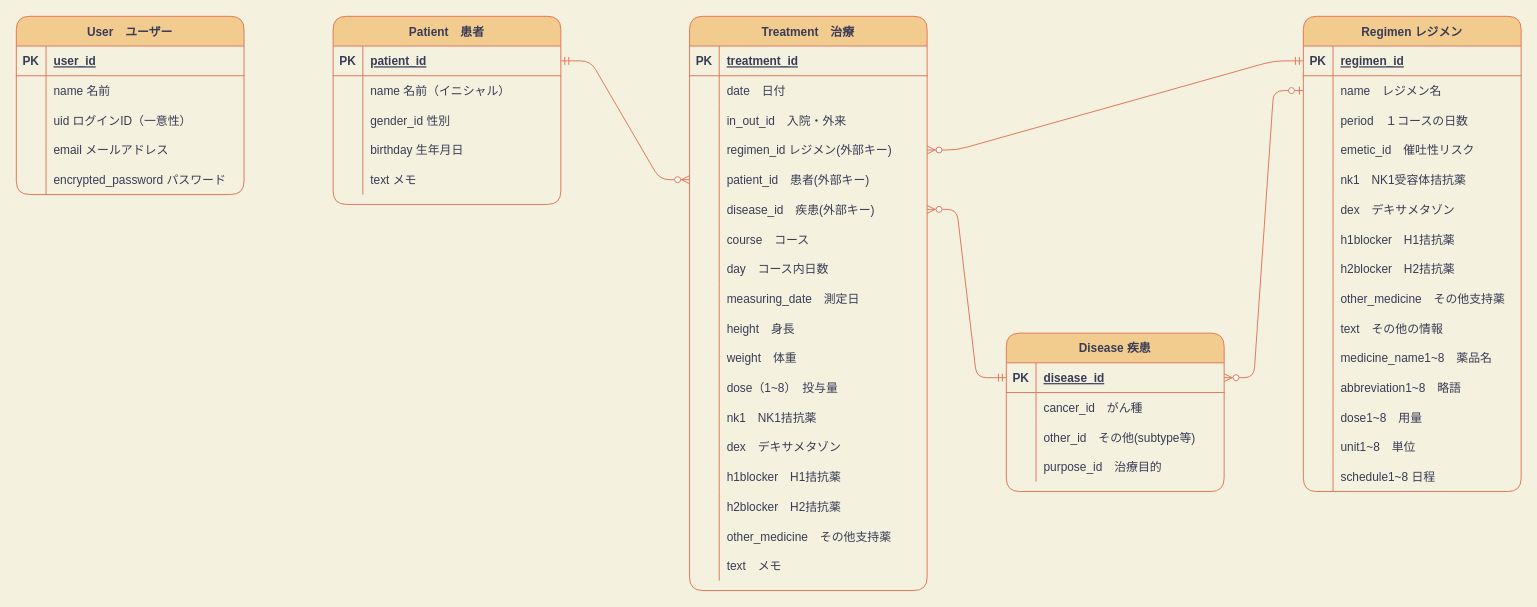
Earlier version of the draw.io diagram ER part1-2.dio (shibayamasho/chemokan). Source tidied: cells renumbered, new cells numbered last; positions are measured from the earlier drawing's top-left corner, leaving out a move shared by most shapes. Both pictures are drawn from the tidied source at 99%, with x=0, y=0 at pixel (16, 16).
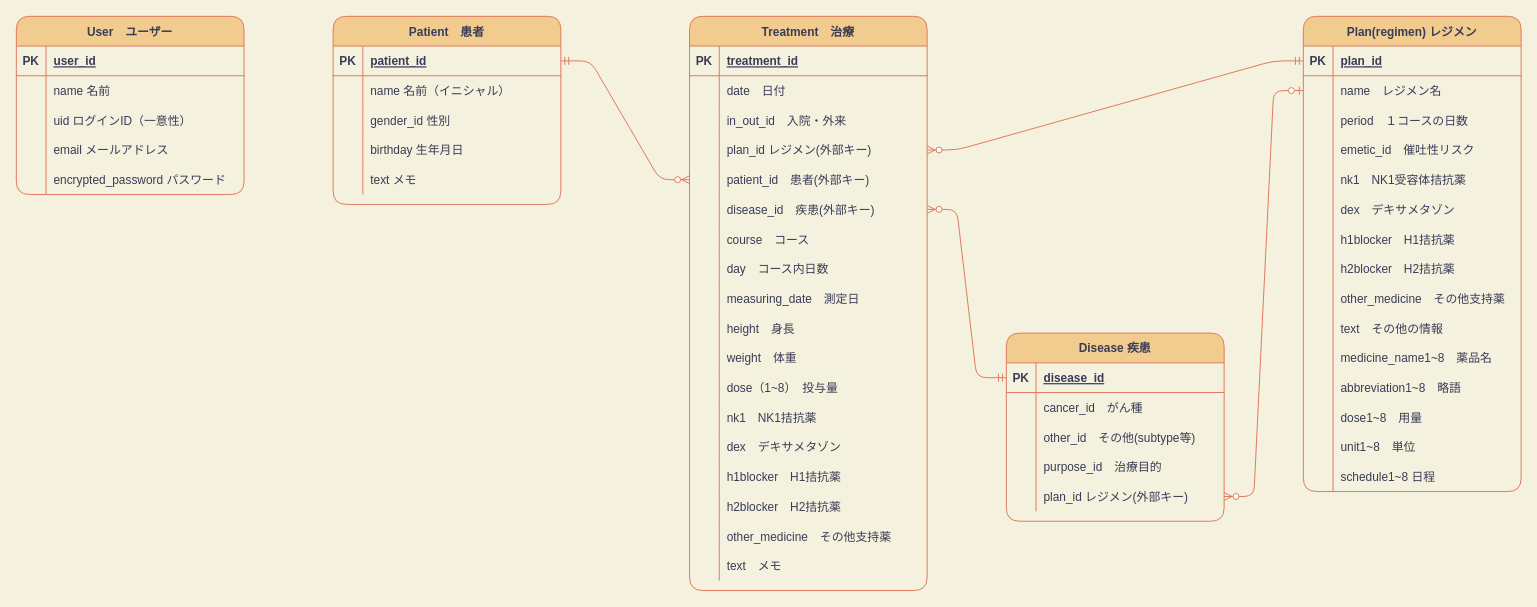
After the change.

The change refers to these unchanged cells:
```xml
<mxCell id="44" style="shape=partialRectangle;fillColor=none;top=0;left=0;bottom=0;right=0;points=[[0,0.5],[1,0.5]];portConstraint=eastwest;strokeColor=#E07A5F;fontColor=#393C56;rounded=1;" parent="34" vertex="1">
  <mxGeometry y="120" width="240" height="30" as="geometry" />
</mxCell>
<mxCell id="90" style="shape=partialRectangle;fillColor=none;top=0;left=0;bottom=1;right=0;points=[[0,0.5],[1,0.5]];portConstraint=eastwest;strokeColor=#E07A5F;fontColor=#393C56;rounded=1;" parent="89" vertex="1">
  <mxGeometry y="30" width="220" height="30" as="geometry" />
</mxCell>
<mxCell id="93" style="shape=partialRectangle;fillColor=none;top=0;left=0;bottom=0;right=0;points=[[0,0.5],[1,0.5]];portConstraint=eastwest;strokeColor=#E07A5F;fontColor=#393C56;rounded=1;" parent="89" vertex="1">
  <mxGeometry y="60" width="220" height="30" as="geometry" />
</mxCell>
<mxCell id="136" style="shape=partialRectangle;fillColor=none;top=0;left=0;bottom=1;right=0;points=[[0,0.5],[1,0.5]];portConstraint=eastwest;strokeColor=#E07A5F;fontColor=#393C56;rounded=1;" parent="135" vertex="1">
  <mxGeometry y="30" width="220" height="30" as="geometry" />
</mxCell>
```

Diff of the diagram source:
```diff
@@
-    <mxCell id="46" value="regimen_id レジメン(外部キー)" style="shape=partialRectangle;fillColor=none;top=0;left=0;bottom=0;right=0;align=left;spacingLeft=6;overflow=hidden;strokeColor=#E07A5F;fontColor=#393C56;rounded=1;" parent="44" vertex="1">
+    <mxCell id="46" value="plan_id レジメン(外部キー)" style="shape=partialRectangle;fillColor=none;top=0;left=0;bottom=0;right=0;align=left;spacingLeft=6;overflow=hidden;strokeColor=#E07A5F;fontColor=#393C56;rounded=1;" parent="44" vertex="1">
       <mxGeometry x="30" width="210" height="30" as="geometry" />
     </mxCell>
@@
-    <mxCell id="89" value="Regimen レジメン" style="shape=table;startSize=30;childLayout=tableLayout;rowLines=0;fontStyle=1;align=center;fillColor=#F2CC8F;strokeColor=#E07A5F;fontColor=#393C56;rounded=1;" parent="1" vertex="1">
+    <mxCell id="89" value="Plan(regimen) レジメン" style="shape=table;startSize=30;childLayout=tableLayout;rowLines=0;fontStyle=1;align=center;fillColor=#F2CC8F;strokeColor=#E07A5F;fontColor=#393C56;rounded=1;" parent="1" vertex="1">
       <mxGeometry x="1300" width="220" height="480" as="geometry" />
     </mxCell>
@@
-    <mxCell id="92" value="regimen_id" style="shape=partialRectangle;fillColor=none;top=0;left=0;bottom=0;right=0;align=left;spacingLeft=6;fontStyle=5;overflow=hidden;strokeColor=#E07A5F;fontColor=#393C56;rounded=1;" parent="90" vertex="1">
+    <mxCell id="92" value="plan_id" style="shape=partialRectangle;fillColor=none;top=0;left=0;bottom=0;right=0;align=left;spacingLeft=6;fontStyle=5;overflow=hidden;strokeColor=#E07A5F;fontColor=#393C56;rounded=1;" parent="90" vertex="1">
       <mxGeometry x="30" width="190" height="30" as="geometry" />
     </mxCell>
@@
     <mxCell id="135" value="Disease 疾患" style="shape=table;startSize=30;childLayout=tableLayout;rowLines=0;fontStyle=1;align=center;fillColor=#F2CC8F;strokeColor=#E07A5F;fontColor=#393C56;rounded=1;" parent="1" vertex="1">
-      <mxGeometry x="1000" y="320" width="220" height="160" as="geometry" />
+      <mxGeometry x="1000" y="320" width="220" height="190" as="geometry" />
     </mxCell>
@@
+    <mxCell id="152" style="shape=partialRectangle;fillColor=none;top=0;left=0;bottom=0;right=0;points=[[0,0.5],[1,0.5]];portConstraint=eastwest;strokeColor=#E07A5F;fontColor=#393C56;rounded=1;" parent="135" vertex="1">
+      <mxGeometry y="150" width="220" height="30" as="geometry" />
+    </mxCell>
+    <mxCell id="153" style="shape=partialRectangle;fillColor=none;top=0;left=0;bottom=0;right=0;overflow=hidden;strokeColor=#E07A5F;fontColor=#393C56;rounded=1;" parent="152" vertex="1">
+      <mxGeometry width="30" height="30" as="geometry" />
+    </mxCell>
+    <mxCell id="154" value="plan_id レジメン(外部キー)" style="shape=partialRectangle;fillColor=none;top=0;left=0;bottom=0;right=0;align=left;spacingLeft=6;overflow=hidden;strokeColor=#E07A5F;fontColor=#393C56;rounded=1;" parent="152" vertex="1">
+      <mxGeometry x="30" width="190" height="30" as="geometry" />
+    </mxCell>
@@
-    <mxCell id="151" style="edgeStyle=entityRelationEdgeStyle;fontSize=12;html=1;endArrow=ERzeroToMany;startArrow=ERzeroToOne;labelBackgroundColor=#F4F1DE;strokeColor=#E07A5F;fontColor=#393C56;exitX=0;exitY=0.5;exitDx=0;exitDy=0;entryX=1;entryY=0.5;entryDx=0;entryDy=0;" parent="1" edge="1" source="93" target="136">
+    <mxCell id="151" style="edgeStyle=entityRelationEdgeStyle;fontSize=12;html=1;endArrow=ERzeroToMany;startArrow=ERzeroToOne;labelBackgroundColor=#F4F1DE;strokeColor=#E07A5F;fontColor=#393C56;exitX=0;exitY=0.5;exitDx=0;exitDy=0;entryX=1;entryY=0.5;entryDx=0;entryDy=0;" parent="1" edge="1" source="93" target="152">
       <mxGeometry relative="1" as="geometry" />
     </mxCell>
```
